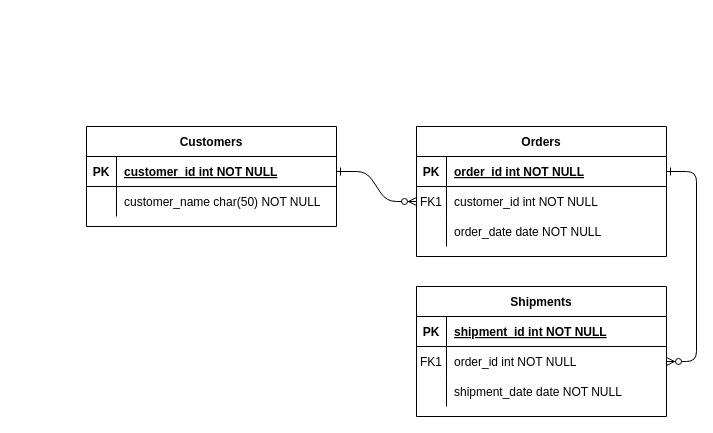
This is kuc.drawio from sibbirAhmad/Drawio, a draw.io file, before an edit. Source tidied: cells renumbered, new cells numbered last; positions are measured from the earlier drawing's top-left corner, leaving out a move shared by most shapes. Both pictures are drawn from the tidied source at 100%, with x=0, y=0 at pixel (86, 126).
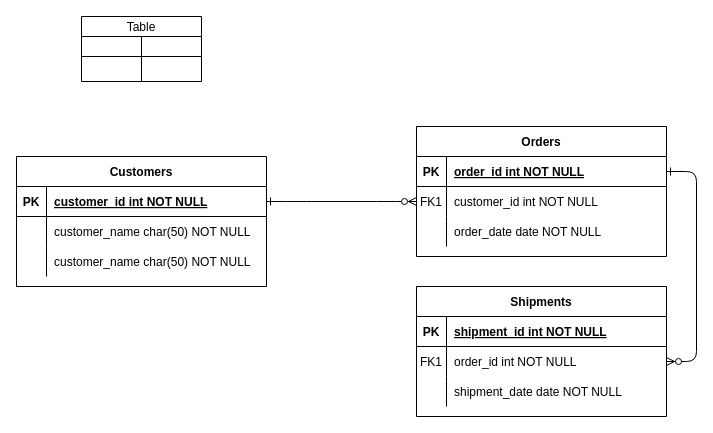
The same diagram, later.

The edit, as a diff of the source:
```diff
@@
     <mxCell id="24" value="Customers" style="shape=table;startSize=30;childLayout=tableLayout;rowLines=0;fontStyle=1;align=center;" parent="1" vertex="1">
-      <mxGeometry width="250" height="100" as="geometry" />
+      <mxGeometry x="-70" y="30" width="250" height="130" as="geometry" />
     </mxCell>
@@
+    <mxCell id="31" style="shape=partialRectangle;fillColor=none;top=0;left=0;right=0;bottom=0;" parent="24" vertex="1">
+      <mxGeometry y="90" width="250" height="30" as="geometry" />
+    </mxCell>
+    <mxCell id="32" style="shape=partialRectangle;overflow=hidden;fillColor=none;top=0;left=0;bottom=0;right=0;" parent="31" vertex="1">
+      <mxGeometry width="30" height="30" as="geometry" />
+    </mxCell>
+    <mxCell id="33" value="customer_name char(50) NOT NULL" style="shape=partialRectangle;overflow=hidden;fillColor=none;top=0;left=0;bottom=0;right=0;align=left;spacingLeft=6;" parent="31" vertex="1">
+      <mxGeometry x="30" width="220" height="30" as="geometry" />
+    </mxCell>
+    <mxCell id="34" value="Table" style="shape=table;startSize=20;childLayout=tableLayout;" parent="1" vertex="1">
+      <mxGeometry x="-5" y="-110" width="120" height="65" as="geometry" />
+    </mxCell>
+    <mxCell id="35" style="shape=tableRow;horizontal=0;startSize=0;swimlaneHead=0;swimlaneBody=0;strokeColor=inherit;top=0;left=0;bottom=0;right=0;fillColor=none;" parent="34" vertex="1">
+      <mxGeometry y="20" width="120" height="20" as="geometry" />
+    </mxCell>
+    <mxCell id="36" style="shape=partialRectangle;html=1;whiteSpace=wrap;strokeColor=inherit;overflow=hidden;fillColor=none;top=0;left=0;bottom=0;right=0;" parent="35" vertex="1">
+      <mxGeometry width="60" height="20" as="geometry" />
+    </mxCell>
+    <mxCell id="37" style="shape=partialRectangle;html=1;whiteSpace=wrap;strokeColor=inherit;overflow=hidden;fillColor=none;top=0;left=0;bottom=0;right=0;" parent="35" vertex="1">
+      <mxGeometry x="60" width="60" height="20" as="geometry" />
+    </mxCell>
+    <mxCell id="38" style="shape=tableRow;horizontal=0;startSize=0;swimlaneHead=0;swimlaneBody=0;strokeColor=inherit;top=0;left=0;bottom=0;right=0;fillColor=none;" parent="34" vertex="1">
+      <mxGeometry y="40" width="120" height="25" as="geometry" />
+    </mxCell>
+    <mxCell id="39" style="shape=partialRectangle;html=1;whiteSpace=wrap;strokeColor=inherit;overflow=hidden;fillColor=none;top=0;left=0;bottom=0;right=0;" parent="38" vertex="1">
+      <mxGeometry width="60" height="25" as="geometry" />
+    </mxCell>
+    <mxCell id="40" style="shape=partialRectangle;html=1;whiteSpace=wrap;strokeColor=inherit;overflow=hidden;fillColor=none;top=0;left=0;bottom=0;right=0;" parent="38" vertex="1">
+      <mxGeometry x="60" width="60" height="25" as="geometry" />
+    </mxCell>
```
